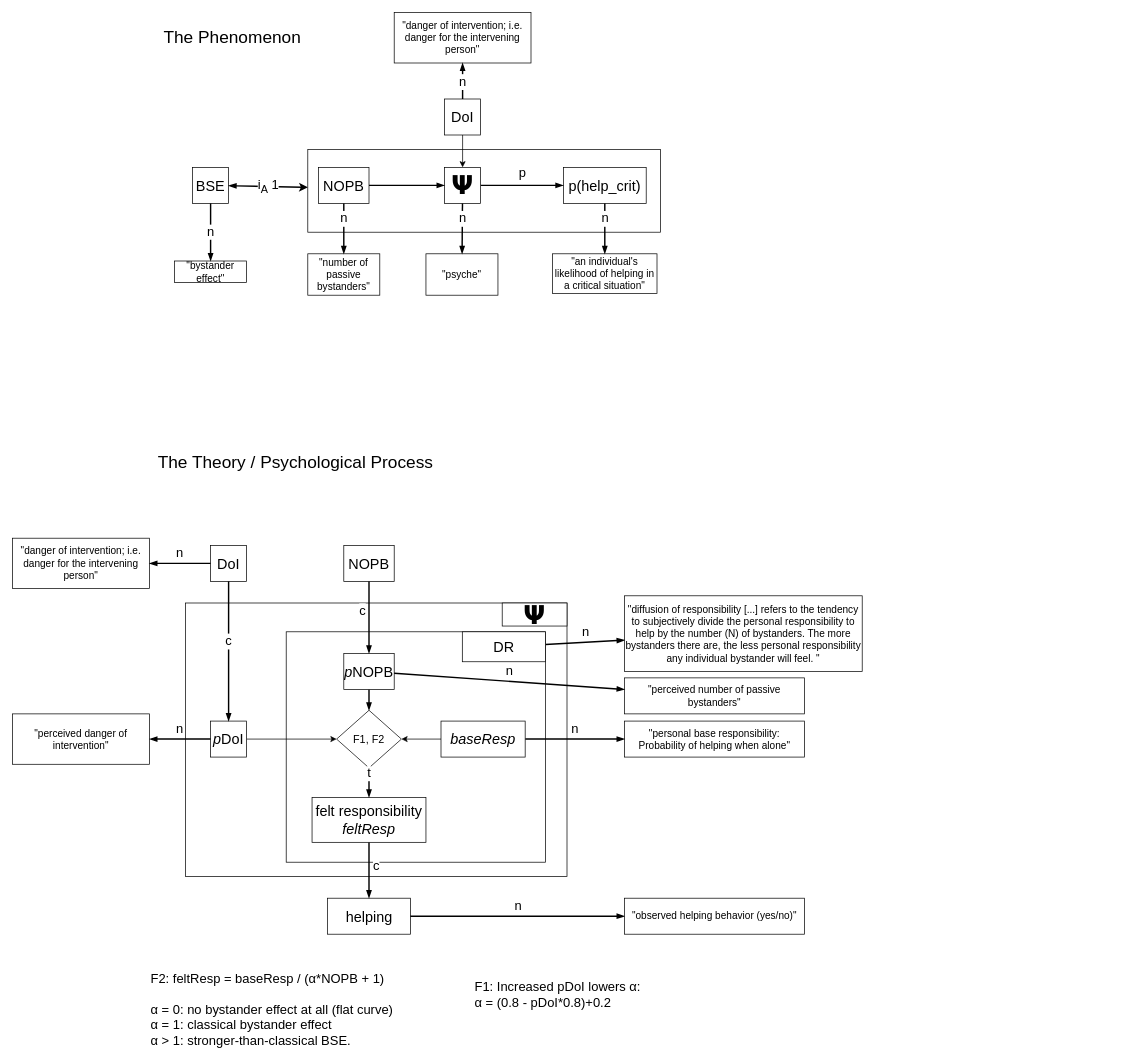
The draw.io diagram page "Consensus Model" (1 of 2) of bystander_effect/Bystander-consensus.drawio in nicebread/FOMO-Psy, before the edit. Source tidied: cells renumbered, new cells numbered last; positions are measured from the earlier drawing's top-left corner, leaving out a move shared by most shapes. Both pictures are drawn from the tidied source at 72%, with x=0, y=0 at pixel (12, 12).
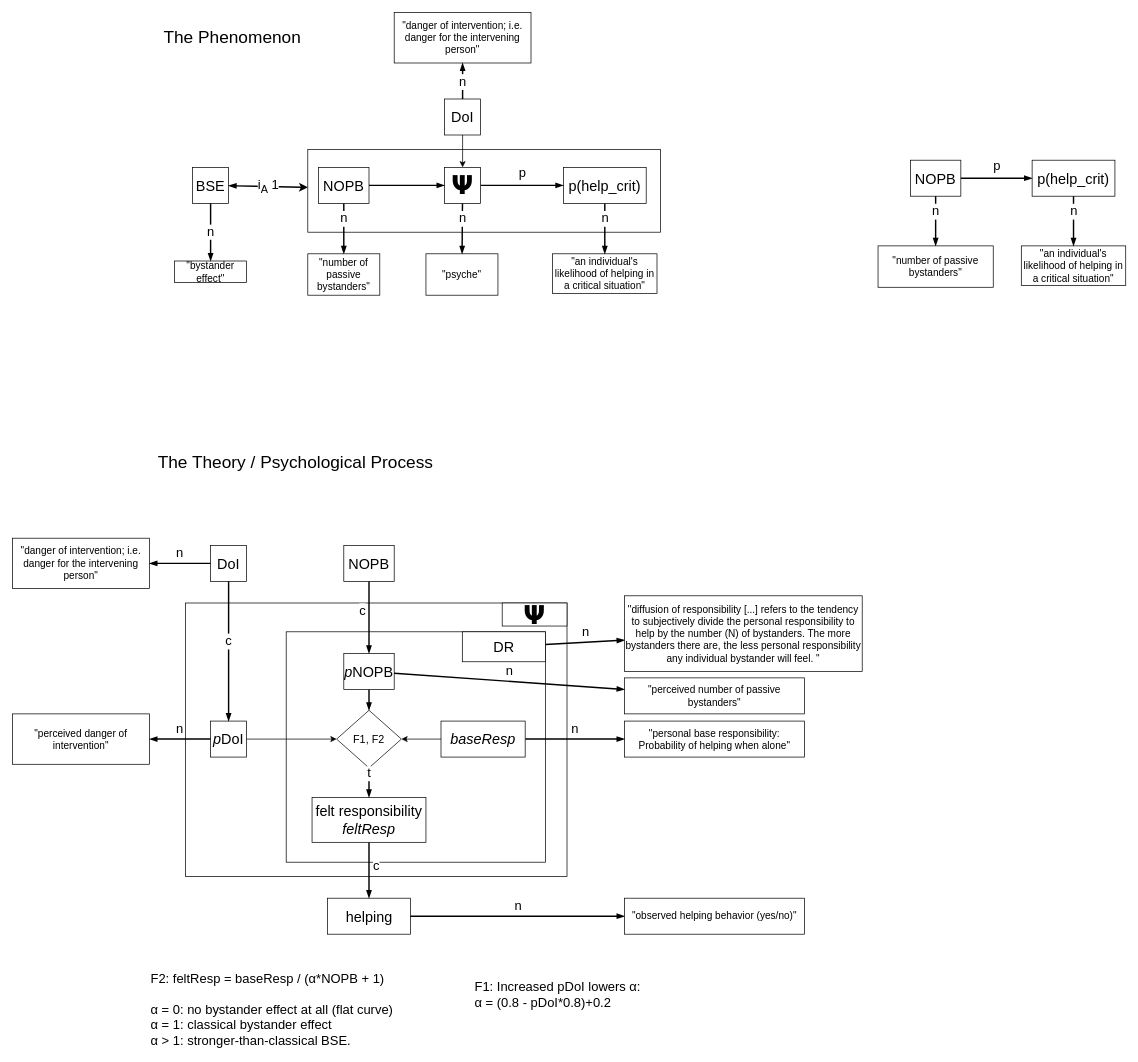
The same page after the edit.

What changed in the source:
```diff
@@
+    <mxCell id="57" value="NOPB" style="rounded=0;whiteSpace=wrap;html=1;fontSize=20;" parent="1" vertex="1">
+      <mxGeometry x="1247" y="205" width="70" height="50" as="geometry" />
+    </mxCell>
+    <mxCell id="58" value="&quot;number of passive bystanders&quot;" style="rounded=0;whiteSpace=wrap;html=1;fillColor=default;fontColor=default;strokeColor=default;fontSize=14;" parent="1" vertex="1">
+      <mxGeometry x="1202" y="324" width="160" height="57.5" as="geometry" />
+    </mxCell>
+    <mxCell id="59" value="&lt;span style=&quot;font-size: 18px;&quot;&gt;n&lt;/span&gt;" style="endArrow=blockThin;html=1;rounded=0;labelPosition=center;verticalLabelPosition=top;align=center;verticalAlign=bottom;strokeWidth=2;endFill=1;" parent="1" edge="1" source="57" target="58">
+      <mxGeometry relative="1" as="geometry" />
+    </mxCell>
+    <mxCell id="60" value="p(help_crit)" style="rounded=0;whiteSpace=wrap;html=1;fontSize=20;" parent="1" vertex="1">
+      <mxGeometry x="1416" y="205" width="115" height="50" as="geometry" />
+    </mxCell>
+    <mxCell id="61" value="&lt;font style=&quot;font-size: 18px;&quot;&gt;p&lt;/font&gt;" style="endArrow=blockThin;html=1;rounded=0;labelPosition=center;verticalLabelPosition=top;align=center;verticalAlign=bottom;spacingBottom=3;strokeWidth=2;endFill=1;" parent="1" edge="1" source="57" target="60">
+      <mxGeometry relative="1" as="geometry" />
+    </mxCell>
+    <mxCell id="62" value="&quot;an individual's likelihood of helping in a critical situation&quot;" style="rounded=0;whiteSpace=wrap;html=1;fillColor=default;fontColor=default;strokeColor=default;fontSize=14;" parent="1" vertex="1">
+      <mxGeometry x="1401" y="324" width="145" height="55" as="geometry" />
+    </mxCell>
+    <mxCell id="63" value="&lt;font style=&quot;font-size: 18px;&quot;&gt;n&lt;/font&gt;" style="endArrow=blockThin;html=1;rounded=0;labelPosition=center;verticalLabelPosition=top;align=center;verticalAlign=bottom;strokeWidth=2;endFill=1;" parent="1" edge="1" source="60" target="62">
+      <mxGeometry relative="1" as="geometry" />
+    </mxCell>
```
